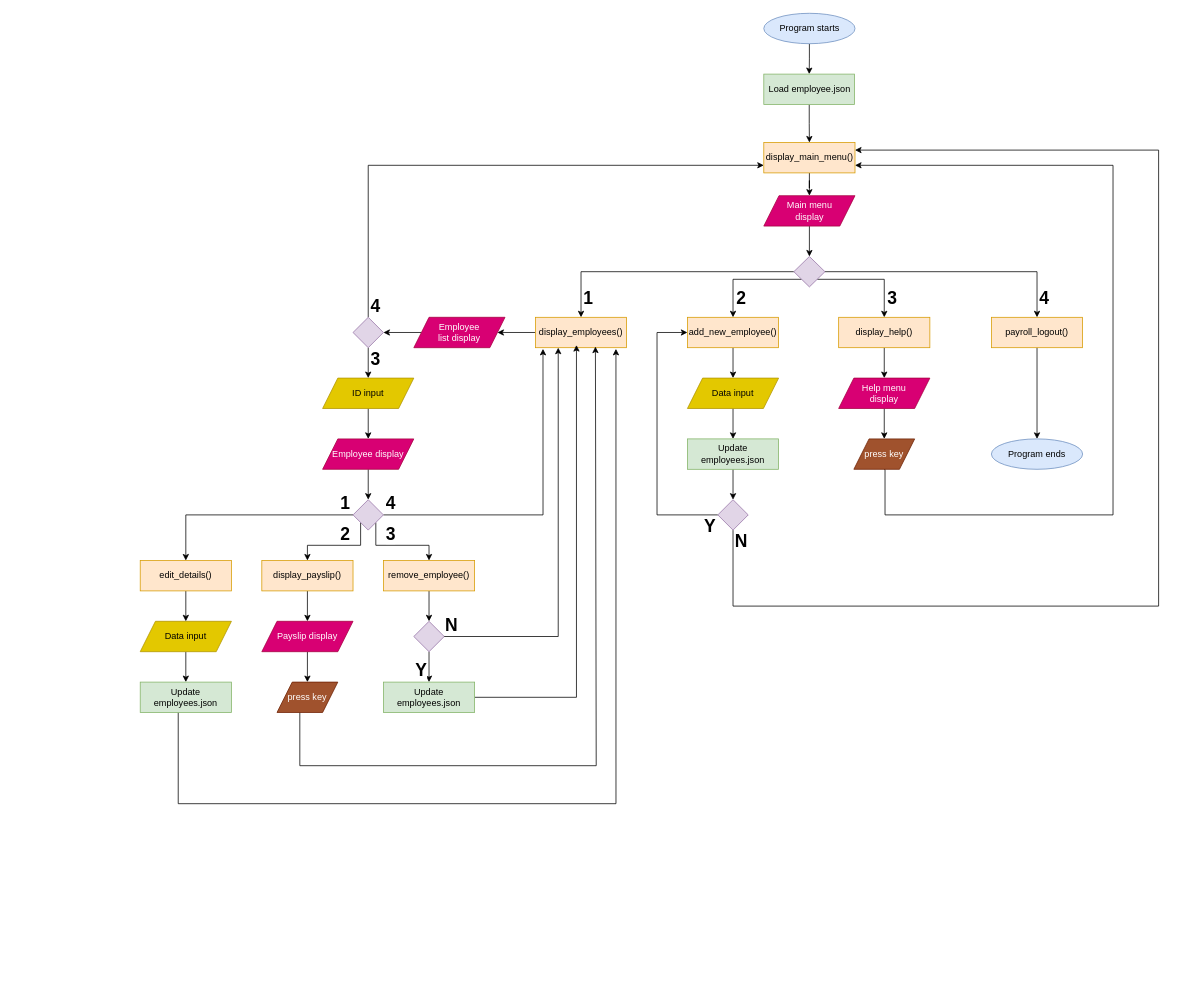
Above: SD-TA-010-A-Assignment/latest.drawio in gamzefitz/ProceduralProgramming (draw.io), before the change. Source tidied: cells renumbered, new cells numbered last; positions are measured from the earlier drawing's top-left corner, leaving out a move shared by most shapes. Both pictures are drawn from the tidied source at 76%, with x=0, y=0 at pixel (140, 13).
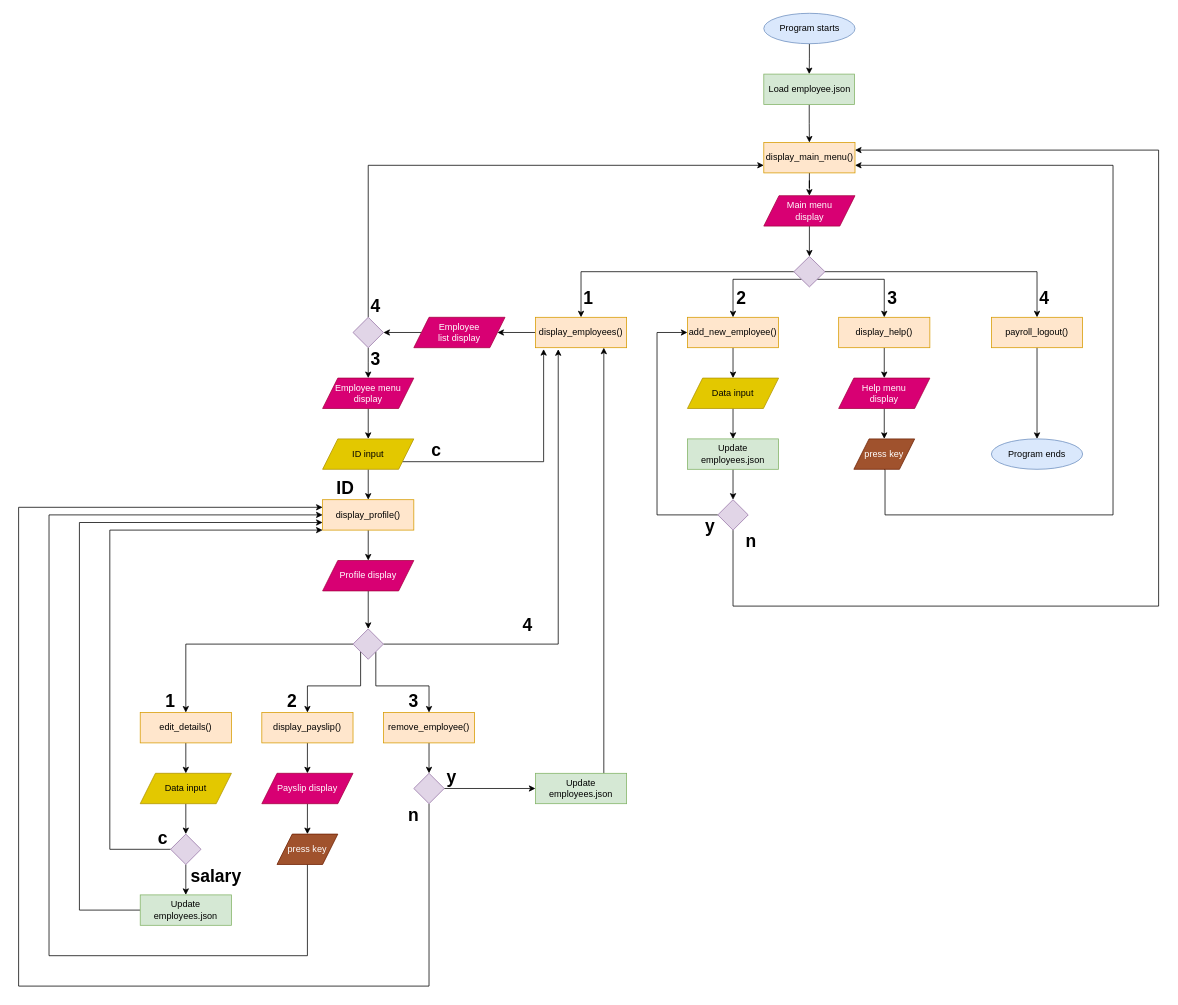
Above is the later version.

Unchanged cells that the change refers to:
```xml
<mxCell id="14" value="display_employees()" style="rounded=0;whiteSpace=wrap;html=1;fillColor=#ffe6cc;strokeColor=#d79b00;" parent="1" vertex="1">
  <mxGeometry x="520" y="400" width="120" height="40" as="geometry" />
</mxCell>
<mxCell id="62" style="rhombus;whiteSpace=wrap;html=1;fillColor=#e1d5e7;strokeColor=#9673a6;" parent="1" vertex="1">
  <mxGeometry x="280" y="400" width="40" height="40" as="geometry" />
</mxCell>
```

Diff of the diagram source:
```diff
@@
     <mxCell id="18" value="remove_employee()" style="rounded=0;whiteSpace=wrap;html=1;fillColor=#ffe6cc;strokeColor=#d79b00;" parent="1" vertex="1">
-      <mxGeometry x="320" y="720" width="120" height="40" as="geometry" />
+      <mxGeometry x="320" y="920" width="120" height="40" as="geometry" />
     </mxCell>
@@
     <mxCell id="20" value="display_payslip()" style="rounded=0;whiteSpace=wrap;html=1;fillColor=#ffe6cc;strokeColor=#d79b00;" parent="1" vertex="1">
-      <mxGeometry x="160" y="720" width="120" height="40" as="geometry" />
+      <mxGeometry x="160" y="920" width="120" height="40" as="geometry" />
     </mxCell>
@@
     <mxCell id="29" value="Payslip display" style="shape=parallelogram;perimeter=parallelogramPerimeter;whiteSpace=wrap;html=1;fixedSize=1;fillColor=#d80073;strokeColor=#A50040;fontColor=#ffffff;" parent="1" vertex="1">
-      <mxGeometry x="160" y="800" width="120" height="40" as="geometry" />
+      <mxGeometry x="160" y="1000" width="120" height="40" as="geometry" />
     </mxCell>
-    <mxCell id="30" style="edgeStyle=orthogonalEdgeStyle;rounded=0;jettySize=auto;html=1;" parent="1" edge="1" source="31" target="43">
-      <mxGeometry relative="1" as="geometry" />
-    </mxCell>
+    <mxCell id="82" style="edgeStyle=orthogonalEdgeStyle;rounded=0;jettySize=auto;html=1;" parent="1" edge="1" source="31" target="97">
+      <mxGeometry relative="1" as="geometry" />
+    </mxCell>
     <mxCell id="31" value="Data input" style="shape=parallelogram;perimeter=parallelogramPerimeter;whiteSpace=wrap;html=1;fixedSize=1;fillColor=#e3c800;fontColor=#000000;strokeColor=#B09500;" parent="1" vertex="1">
-      <mxGeometry y="800" width="120" height="40" as="geometry" />
+      <mxGeometry y="1000" width="120" height="40" as="geometry" />
     </mxCell>
-    <mxCell id="32" style="edgeStyle=orthogonalEdgeStyle;rounded=0;jettySize=auto;html=1;" parent="1" edge="1" source="33" target="58">
-      <mxGeometry relative="1" as="geometry" />
-    </mxCell>
-    <mxCell id="33" value="ID input" style="shape=parallelogram;perimeter=parallelogramPerimeter;whiteSpace=wrap;html=1;fixedSize=1;fillColor=#e3c800;fontColor=#000000;strokeColor=#B09500;" parent="1" vertex="1">
-      <mxGeometry x="240" y="480" width="120" height="40" as="geometry" />
-    </mxCell>
@@
     <mxCell id="41" value="edit_details()" style="rounded=0;whiteSpace=wrap;html=1;fillColor=#ffe6cc;strokeColor=#d79b00;" parent="1" vertex="1">
-      <mxGeometry y="720" width="120" height="40" as="geometry" />
+      <mxGeometry y="920" width="120" height="40" as="geometry" />
     </mxCell>
-    <mxCell id="42" style="edgeStyle=orthogonalEdgeStyle;rounded=0;jettySize=auto;html=1;entryX=0.883;entryY=1.038;entryDx=0;entryDy=0;entryPerimeter=0;" parent="1" edge="1" source="43" target="14">
-      <mxGeometry relative="1" as="geometry">
-        <Array as="points">
-          <mxPoint x="50" y="1040" />
-          <mxPoint x="626" y="1040" />
-        </Array>
-      </mxGeometry>
-    </mxCell>
+    <mxCell id="83" style="edgeStyle=orthogonalEdgeStyle;rounded=0;jettySize=auto;html=1;entryX=0;entryY=0.75;entryDx=0;entryDy=0;" parent="1" edge="1" source="43" target="91">
+      <mxGeometry relative="1" as="geometry">
+        <Array as="points">
+          <mxPoint x="-80" y="1180" />
+          <mxPoint x="-80" y="670" />
+        </Array>
+      </mxGeometry>
+    </mxCell>
     <mxCell id="43" value="Update employees.json" style="rounded=0;whiteSpace=wrap;html=1;fillColor=#d5e8d4;strokeColor=#82b366;" parent="1" vertex="1">
-      <mxGeometry y="880" width="120" height="40" as="geometry" />
+      <mxGeometry y="1160" width="120" height="40" as="geometry" />
     </mxCell>
@@
-    <mxCell id="50" style="edgeStyle=orthogonalEdgeStyle;rounded=0;jettySize=auto;html=1;entryX=0.45;entryY=0.913;entryDx=0;entryDy=0;entryPerimeter=0;" parent="1" edge="1" source="51" target="14">
-      <mxGeometry relative="1" as="geometry" />
+    <mxCell id="50" style="edgeStyle=orthogonalEdgeStyle;rounded=0;jettySize=auto;html=1;entryX=0.75;entryY=1;entryDx=0;entryDy=0;" parent="1" edge="1" source="51" target="14">
+      <mxGeometry relative="1" as="geometry">
+        <Array as="points">
+          <mxPoint x="610" y="1030" />
+        </Array>
+      </mxGeometry>
     </mxCell>
     <mxCell id="51" value="Update employees.json" style="rounded=0;whiteSpace=wrap;html=1;fillColor=#d5e8d4;strokeColor=#82b366;" parent="1" vertex="1">
-      <mxGeometry x="320" y="880" width="120" height="40" as="geometry" />
+      <mxGeometry x="520" y="1000" width="120" height="40" as="geometry" />
     </mxCell>
@@
-    <mxCell id="55" style="edgeStyle=orthogonalEdgeStyle;rounded=0;jettySize=auto;html=1;entryX=0.083;entryY=1.038;entryDx=0;entryDy=0;entryPerimeter=0;" parent="1" edge="1" source="56" target="14">
+    <mxCell id="55" style="edgeStyle=orthogonalEdgeStyle;rounded=0;jettySize=auto;html=1;" parent="1" edge="1" source="56">
       <mxGeometry relative="1" as="geometry">
+        <mxPoint x="550" y="442" as="targetPoint" />
         <Array as="points">
-          <mxPoint x="530" y="660" />
+          <mxPoint x="550" y="830" />
+          <mxPoint x="550" y="442" />
         </Array>
       </mxGeometry>
     </mxCell>
     <mxCell id="56" style="rhombus;whiteSpace=wrap;html=1;fillColor=#e1d5e7;strokeColor=#9673a6;" parent="1" vertex="1">
-      <mxGeometry x="280" y="640" width="40" height="40" as="geometry" />
+      <mxGeometry x="280" y="810" width="40" height="40" as="geometry" />
     </mxCell>
-    <mxCell id="57" style="edgeStyle=orthogonalEdgeStyle;rounded=0;jettySize=auto;html=1;" parent="1" edge="1" source="58" target="56">
-      <mxGeometry relative="1" as="geometry" />
-    </mxCell>
+    <mxCell id="84" style="edgeStyle=orthogonalEdgeStyle;rounded=0;jettySize=auto;html=1;exitX=0.5;exitY=1;exitDx=0;exitDy=0;entryX=0.5;entryY=0;entryDx=0;entryDy=0;" parent="1" edge="1" source="58" target="33">
+      <mxGeometry relative="1" as="geometry" />
+    </mxCell>
-    <mxCell id="58" value="Employee display" style="shape=parallelogram;perimeter=parallelogramPerimeter;whiteSpace=wrap;html=1;fixedSize=1;fillColor=#d80073;strokeColor=#A50040;fontColor=#ffffff;" parent="1" vertex="1">
-      <mxGeometry x="240" y="560" width="120" height="40" as="geometry" />
+    <mxCell id="58" value="Employee menu display" style="shape=parallelogram;perimeter=parallelogramPerimeter;whiteSpace=wrap;html=1;fixedSize=1;fillColor=#d80073;strokeColor=#A50040;fontColor=#ffffff;" parent="1" vertex="1">
+      <mxGeometry x="240" y="480" width="120" height="40" as="geometry" />
     </mxCell>
-    <mxCell id="59" style="edgeStyle=orthogonalEdgeStyle;rounded=0;jettySize=auto;html=1;" parent="1" edge="1" source="60" target="51">
+    <mxCell id="59" style="edgeStyle=orthogonalEdgeStyle;rounded=0;jettySize=auto;html=1;entryX=0;entryY=0.5;entryDx=0;entryDy=0;" parent="1" edge="1" source="60" target="51">
       <mxGeometry relative="1" as="geometry" />
     </mxCell>
+    <mxCell id="85" style="edgeStyle=orthogonalEdgeStyle;rounded=0;jettySize=auto;html=1;entryX=0;entryY=0.25;entryDx=0;entryDy=0;" parent="1" edge="1" source="60" target="91">
+      <mxGeometry relative="1" as="geometry">
+        <Array as="points">
+          <mxPoint x="380" y="1280" />
+          <mxPoint x="-160" y="1280" />
+          <mxPoint x="-160" y="650" />
+        </Array>
+      </mxGeometry>
+    </mxCell>
     <mxCell id="60" style="rhombus;whiteSpace=wrap;html=1;fillColor=#e1d5e7;strokeColor=#9673a6;" parent="1" vertex="1">
-      <mxGeometry x="360" y="800" width="40" height="40" as="geometry" />
+      <mxGeometry x="360" y="1000" width="40" height="40" as="geometry" />
     </mxCell>
-    <mxCell id="61" style="edgeStyle=orthogonalEdgeStyle;rounded=0;jettySize=auto;html=1;" parent="1" edge="1" source="62" target="33">
-      <mxGeometry relative="1" as="geometry" />
+    <mxCell id="61" style="edgeStyle=orthogonalEdgeStyle;rounded=0;jettySize=auto;html=1;" parent="1" edge="1" source="62">
+      <mxGeometry relative="1" as="geometry">
+        <mxPoint x="300" y="480" as="targetPoint" />
+      </mxGeometry>
     </mxCell>
@@
-    <mxCell id="63" style="edgeStyle=orthogonalEdgeStyle;rounded=0;jettySize=auto;html=1;entryX=0.658;entryY=0.963;entryDx=0;entryDy=0;entryPerimeter=0;" parent="1" edge="1" source="64" target="14">
-      <mxGeometry relative="1" as="geometry">
-        <Array as="points">
-          <mxPoint x="210" y="990" />
-          <mxPoint x="600" y="990" />
-        </Array>
-      </mxGeometry>
-    </mxCell>
+    <mxCell id="86" style="edgeStyle=orthogonalEdgeStyle;rounded=0;jettySize=auto;html=1;entryX=0;entryY=0.5;entryDx=0;entryDy=0;exitX=0.5;exitY=1;exitDx=0;exitDy=0;" parent="1" edge="1" source="64" target="91">
+      <mxGeometry relative="1" as="geometry">
+        <Array as="points">
+          <mxPoint x="220" y="1240" />
+          <mxPoint x="-120" y="1240" />
+          <mxPoint x="-120" y="660" />
+        </Array>
+      </mxGeometry>
+    </mxCell>
     <mxCell id="64" value="press key" style="shape=parallelogram;perimeter=parallelogramPerimeter;whiteSpace=wrap;html=1;fixedSize=1;fillColor=#a0522d;fontColor=#ffffff;strokeColor=#6D1F00;" parent="1" vertex="1">
-      <mxGeometry x="180" y="880" width="80" height="40" as="geometry" />
+      <mxGeometry x="180" y="1080" width="80" height="40" as="geometry" />
     </mxCell>
@@
-    <mxCell id="67" style="edgeStyle=orthogonalEdgeStyle;rounded=0;jettySize=auto;html=1;entryX=0.25;entryY=1;entryDx=0;entryDy=0;" parent="1" edge="1" source="60" target="14">
-      <mxGeometry relative="1" as="geometry" />
-    </mxCell>
@@
-    <mxCell id="72" value="Y" style="text;html=1;whiteSpace=wrap;strokeColor=none;fillColor=none;align=center;verticalAlign=middle;rounded=0;fontStyle=1;labelBackgroundColor=#FFFFFF;fontSize=23;" parent="1" vertex="1">
+    <mxCell id="72" value="y" style="text;html=1;whiteSpace=wrap;strokeColor=none;fillColor=none;align=center;verticalAlign=middle;rounded=0;fontStyle=1;labelBackgroundColor=#FFFFFF;fontSize=23;" parent="1" vertex="1">
       <mxGeometry x="720" y="660" width="60" height="30" as="geometry" />
     </mxCell>
-    <mxCell id="73" value="N" style="text;html=1;whiteSpace=wrap;strokeColor=none;fillColor=none;align=center;verticalAlign=middle;rounded=0;fontStyle=1;labelBackgroundColor=#FFFFFF;fontSize=23;" parent="1" vertex="1">
-      <mxGeometry x="760.5" y="680" width="60" height="30" as="geometry" />
+    <mxCell id="73" value="n" style="text;html=1;whiteSpace=wrap;strokeColor=none;fillColor=none;align=center;verticalAlign=middle;rounded=0;fontStyle=1;labelBackgroundColor=#FFFFFF;fontSize=23;" parent="1" vertex="1">
+      <mxGeometry x="774" y="680" width="60" height="30" as="geometry" />
     </mxCell>
@@
     <mxCell id="76" value="1" style="text;html=1;whiteSpace=wrap;strokeColor=none;fillColor=none;align=center;verticalAlign=middle;rounded=0;fontStyle=1;labelBackgroundColor=#FFFFFF;fontSize=23;" parent="1" vertex="1">
-      <mxGeometry x="240" y="630" width="60" height="30" as="geometry" />
+      <mxGeometry x="10" y="890" width="60" height="30" as="geometry" />
     </mxCell>
     <mxCell id="77" value="2" style="text;html=1;whiteSpace=wrap;strokeColor=none;fillColor=none;align=center;verticalAlign=middle;rounded=0;fontStyle=1;labelBackgroundColor=#FFFFFF;fontSize=23;" parent="1" vertex="1">
-      <mxGeometry x="240" y="670" width="60" height="30" as="geometry" />
+      <mxGeometry x="170" y="890" width="60" height="30" as="geometry" />
     </mxCell>
     <mxCell id="78" value="3" style="text;html=1;whiteSpace=wrap;strokeColor=none;fillColor=none;align=center;verticalAlign=middle;rounded=0;fontStyle=1;labelBackgroundColor=#FFFFFF;fontSize=23;" parent="1" vertex="1">
-      <mxGeometry x="300" y="670" width="60" height="30" as="geometry" />
+      <mxGeometry x="330" y="890" width="60" height="30" as="geometry" />
     </mxCell>
     <mxCell id="79" value="4" style="text;html=1;whiteSpace=wrap;strokeColor=none;fillColor=none;align=center;verticalAlign=middle;rounded=0;fontStyle=1;labelBackgroundColor=#FFFFFF;fontSize=23;" parent="1" vertex="1">
-      <mxGeometry x="300" y="630" width="60" height="30" as="geometry" />
+      <mxGeometry x="480" y="790" width="60" height="30" as="geometry" />
     </mxCell>
-    <mxCell id="80" value="Y" style="text;html=1;whiteSpace=wrap;strokeColor=none;fillColor=none;align=center;verticalAlign=middle;rounded=0;fontStyle=1;labelBackgroundColor=#FFFFFF;fontSize=23;" parent="1" vertex="1">
-      <mxGeometry x="340" y="850" width="60" height="30" as="geometry" />
-    </mxCell>
-    <mxCell id="81" value="N" style="text;html=1;whiteSpace=wrap;strokeColor=none;fillColor=none;align=center;verticalAlign=middle;rounded=0;fontStyle=1;labelBackgroundColor=#FFFFFF;fontSize=23;" parent="1" vertex="1">
-      <mxGeometry x="380" y="790" width="60" height="30" as="geometry" />
+    <mxCell id="81" value="n" style="text;html=1;whiteSpace=wrap;strokeColor=none;fillColor=none;align=center;verticalAlign=middle;rounded=0;fontStyle=1;labelBackgroundColor=#FFFFFF;fontSize=23;" parent="1" vertex="1">
+      <mxGeometry x="330" y="1040" width="60" height="30" as="geometry" />
     </mxCell>
+    <mxCell id="87" style="edgeStyle=orthogonalEdgeStyle;rounded=0;jettySize=auto;html=1;entryX=0.09;entryY=1.046;entryDx=0;entryDy=0;entryPerimeter=0;" parent="1" edge="1" source="33" target="14">
+      <mxGeometry relative="1" as="geometry">
+        <Array as="points">
+          <mxPoint x="531" y="590" />
+        </Array>
+      </mxGeometry>
+    </mxCell>
+    <mxCell id="88" style="edgeStyle=orthogonalEdgeStyle;rounded=0;jettySize=auto;html=1;entryX=0.5;entryY=0;entryDx=0;entryDy=0;" parent="1" edge="1" source="33" target="91">
+      <mxGeometry relative="1" as="geometry" />
+    </mxCell>
+    <mxCell id="33" value="ID input" style="shape=parallelogram;perimeter=parallelogramPerimeter;whiteSpace=wrap;html=1;fixedSize=1;fillColor=#e3c800;fontColor=#000000;strokeColor=#B09500;" parent="1" vertex="1">
+      <mxGeometry x="240" y="560" width="120" height="40" as="geometry" />
+    </mxCell>
+    <mxCell id="89" value="c" style="text;html=1;whiteSpace=wrap;strokeColor=none;fillColor=none;align=center;verticalAlign=middle;rounded=0;fontStyle=1;labelBackgroundColor=#FFFFFF;fontSize=23;" parent="1" vertex="1">
+      <mxGeometry x="360" y="560" width="60" height="30" as="geometry" />
+    </mxCell>
+    <mxCell id="90" style="edgeStyle=orthogonalEdgeStyle;rounded=0;jettySize=auto;html=1;" parent="1" edge="1" source="91" target="94">
+      <mxGeometry relative="1" as="geometry" />
+    </mxCell>
+    <mxCell id="91" value="display_profile()" style="rounded=0;whiteSpace=wrap;html=1;fillColor=#ffe6cc;strokeColor=#d79b00;" parent="1" vertex="1">
+      <mxGeometry x="240" y="640" width="120" height="40" as="geometry" />
+    </mxCell>
+    <mxCell id="92" value="ID" style="text;html=1;whiteSpace=wrap;strokeColor=none;fillColor=none;align=center;verticalAlign=middle;rounded=0;fontStyle=1;labelBackgroundColor=#FFFFFF;fontSize=23;" parent="1" vertex="1">
+      <mxGeometry x="240" y="610" width="60" height="30" as="geometry" />
+    </mxCell>
+    <mxCell id="93" style="edgeStyle=orthogonalEdgeStyle;rounded=0;jettySize=auto;html=1;" parent="1" edge="1" source="94" target="56">
+      <mxGeometry relative="1" as="geometry" />
+    </mxCell>
+    <mxCell id="94" value="Profile display" style="shape=parallelogram;perimeter=parallelogramPerimeter;whiteSpace=wrap;html=1;fixedSize=1;fillColor=#d80073;strokeColor=#A50040;fontColor=#ffffff;" parent="1" vertex="1">
+      <mxGeometry x="240" y="720" width="120" height="40" as="geometry" />
+    </mxCell>
+    <mxCell id="95" style="edgeStyle=orthogonalEdgeStyle;rounded=0;jettySize=auto;html=1;" parent="1" edge="1" source="97" target="43">
+      <mxGeometry relative="1" as="geometry" />
+    </mxCell>
+    <mxCell id="96" style="edgeStyle=orthogonalEdgeStyle;rounded=0;jettySize=auto;html=1;entryX=0;entryY=1;entryDx=0;entryDy=0;" parent="1" edge="1" source="97" target="91">
+      <mxGeometry relative="1" as="geometry">
+        <Array as="points">
+          <mxPoint x="-40" y="1100" />
+          <mxPoint x="-40" y="680" />
+        </Array>
+      </mxGeometry>
+    </mxCell>
+    <mxCell id="97" style="rhombus;whiteSpace=wrap;html=1;fillColor=#e1d5e7;strokeColor=#9673a6;" parent="1" vertex="1">
+      <mxGeometry x="40" y="1080" width="40" height="40" as="geometry" />
+    </mxCell>
+    <mxCell id="98" value="y" style="text;html=1;whiteSpace=wrap;strokeColor=none;fillColor=none;align=center;verticalAlign=middle;rounded=0;fontStyle=1;labelBackgroundColor=#FFFFFF;fontSize=23;" parent="1" vertex="1">
+      <mxGeometry x="380" y="990" width="60" height="30" as="geometry" />
+    </mxCell>
+    <mxCell id="99" value="salary" style="text;html=1;whiteSpace=wrap;strokeColor=none;fillColor=none;align=center;verticalAlign=middle;rounded=0;fontStyle=1;labelBackgroundColor=#FFFFFF;fontSize=23;" parent="1" vertex="1">
+      <mxGeometry x="70" y="1120" width="60" height="30" as="geometry" />
+    </mxCell>
+    <mxCell id="100" value="c" style="text;html=1;whiteSpace=wrap;strokeColor=none;fillColor=none;align=center;verticalAlign=middle;rounded=0;fontStyle=1;labelBackgroundColor=#FFFFFF;fontSize=23;" parent="1" vertex="1">
+      <mxGeometry y="1070" width="60" height="30" as="geometry" />
+    </mxCell>
```
